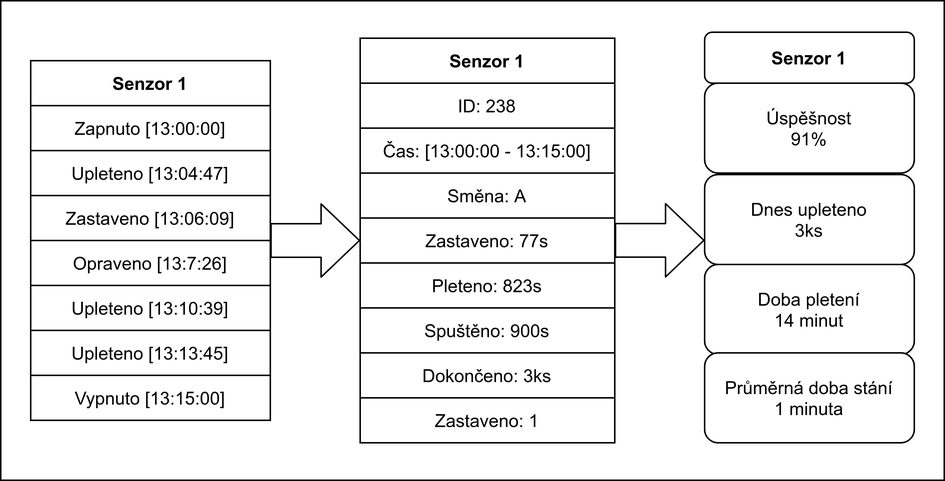
This is img/Princip.png from Pletacka-IoT/SOC-Integrace-do-prumyslu-4.0, a draw.io export, as it was before one commit. Source tidied: cells renumbered, new cells last; positions are measured from the earlier drawing's top-left corner, leaving out a move shared by most shapes. The source it was exported from:
```xml
<mxGraphModel>
  <root>
    <mxCell id="0" />
    <mxCell id="1" parent="0" />
    <mxCell id="2" style="rounded=0;whiteSpace=wrap;html=1;" parent="1" vertex="1">
      <mxGeometry width="630" height="320" as="geometry" />
    </mxCell>
    <mxCell id="3" value="Dnes upleteno&lt;br&gt;3ks" style="rounded=1;whiteSpace=wrap;html=1;" parent="1" vertex="1">
      <mxGeometry x="470" y="116" width="140" height="60" as="geometry" />
    </mxCell>
    <mxCell id="4" value="Doba pletení&lt;br&gt;14 minut" style="rounded=1;whiteSpace=wrap;html=1;" parent="1" vertex="1">
      <mxGeometry x="470" y="176" width="140" height="60" as="geometry" />
    </mxCell>
    <mxCell id="5" value="Průměrná doba stání&lt;br&gt;1 minuta" style="rounded=1;whiteSpace=wrap;html=1;" parent="1" vertex="1">
      <mxGeometry x="470" y="235" width="140" height="60" as="geometry" />
    </mxCell>
    <mxCell id="6" value="Úspěšnost&lt;br&gt;91%" style="rounded=1;whiteSpace=wrap;html=1;" parent="1" vertex="1">
      <mxGeometry x="470" y="55" width="140" height="60" as="geometry" />
    </mxCell>
    <mxCell id="7" style="shape=flexArrow;endArrow=classic;html=1;entryX=0;entryY=0.5;entryDx=0;entryDy=0;endWidth=25.44;endSize=8.2;width=22.4;" parent="1" edge="1" target="16">
      <mxGeometry relative="1" as="geometry">
        <mxPoint x="180" y="160" as="sourcePoint" />
      </mxGeometry>
    </mxCell>
    <mxCell id="8" value="&lt;span style=&quot;font-weight: 700&quot;&gt;Senzor 1&lt;/span&gt;" style="rounded=1;whiteSpace=wrap;html=1;" parent="1" vertex="1">
      <mxGeometry x="470" y="21" width="140" height="34" as="geometry" />
    </mxCell>
    <mxCell id="9" value="Senzor 1" style="shape=table;html=1;whiteSpace=wrap;startSize=30;fontStyle=1;align=center;" parent="1" vertex="1">
      <mxGeometry x="240" y="25" width="170" height="270" as="geometry" />
    </mxCell>
    <mxCell id="10" style="shape=partialRectangle;html=1;whiteSpace=wrap;fillColor=none;top=0;left=0;bottom=0;right=0;" parent="9" vertex="1">
      <mxGeometry y="30" width="170" height="30" as="geometry" />
    </mxCell>
    <mxCell id="11" value="ID: 238" style="shape=partialRectangle;html=1;whiteSpace=wrap;fillColor=none;top=0;left=0;bottom=0;right=0;overflow=hidden;" parent="10" vertex="1">
      <mxGeometry width="170" height="30" as="geometry" />
    </mxCell>
    <mxCell id="12" style="shape=partialRectangle;html=1;whiteSpace=wrap;fillColor=none;top=0;left=0;bottom=0;right=0;" parent="9" vertex="1">
      <mxGeometry y="60" width="170" height="30" as="geometry" />
    </mxCell>
    <mxCell id="13" value="&lt;span&gt;Čas: [13:00:00 -&amp;nbsp;&lt;/span&gt;&lt;span&gt;13:15:00]&lt;/span&gt;" style="shape=partialRectangle;html=1;whiteSpace=wrap;fillColor=none;top=0;left=0;bottom=0;right=0;overflow=hidden;" parent="12" vertex="1">
      <mxGeometry width="170" height="30" as="geometry" />
    </mxCell>
    <mxCell id="14" style="shape=partialRectangle;html=1;whiteSpace=wrap;fillColor=none;top=0;left=0;bottom=0;right=0;" parent="9" vertex="1">
      <mxGeometry y="90" width="170" height="30" as="geometry" />
    </mxCell>
    <mxCell id="15" value="Směna: A" style="shape=partialRectangle;html=1;whiteSpace=wrap;fillColor=none;top=0;left=0;bottom=0;right=0;overflow=hidden;" parent="14" vertex="1">
      <mxGeometry width="170" height="30" as="geometry" />
    </mxCell>
    <mxCell id="16" style="shape=partialRectangle;html=1;whiteSpace=wrap;fillColor=none;top=0;left=0;bottom=0;right=0;points=[[0,0.5],[1,0.5]];portConstraint=eastwest;" parent="9" vertex="1">
      <mxGeometry y="120" width="170" height="30" as="geometry" />
    </mxCell>
    <mxCell id="17" value="Zastaveno: 77s" style="shape=partialRectangle;html=1;whiteSpace=wrap;fillColor=none;top=0;left=0;bottom=0;right=0;overflow=hidden;" parent="16" vertex="1">
      <mxGeometry width="170" height="30" as="geometry" />
    </mxCell>
    <mxCell id="18" style="shape=partialRectangle;html=1;whiteSpace=wrap;fillColor=none;top=0;left=0;bottom=0;right=0;" parent="9" vertex="1">
      <mxGeometry y="150" width="170" height="30" as="geometry" />
    </mxCell>
    <mxCell id="19" value="Pleteno: 823s" style="shape=partialRectangle;html=1;whiteSpace=wrap;fillColor=none;top=0;left=0;bottom=0;right=0;overflow=hidden;" parent="18" vertex="1">
      <mxGeometry width="170" height="30" as="geometry" />
    </mxCell>
    <mxCell id="20" style="shape=partialRectangle;html=1;whiteSpace=wrap;fillColor=none;top=0;left=0;bottom=0;right=0;" parent="9" vertex="1">
      <mxGeometry y="180" width="170" height="30" as="geometry" />
    </mxCell>
    <mxCell id="21" value="Spuštěno: 900s" style="shape=partialRectangle;html=1;whiteSpace=wrap;fillColor=none;top=0;left=0;bottom=0;right=0;overflow=hidden;" parent="20" vertex="1">
      <mxGeometry width="170" height="30" as="geometry" />
    </mxCell>
    <mxCell id="22" style="shape=partialRectangle;html=1;whiteSpace=wrap;fillColor=none;top=0;left=0;bottom=0;right=0;" parent="9" vertex="1">
      <mxGeometry y="210" width="170" height="30" as="geometry" />
    </mxCell>
    <mxCell id="23" value="Dokončeno: 3ks" style="shape=partialRectangle;html=1;whiteSpace=wrap;fillColor=none;top=0;left=0;bottom=0;right=0;overflow=hidden;" parent="22" vertex="1">
      <mxGeometry width="170" height="30" as="geometry" />
    </mxCell>
    <mxCell id="24" style="shape=partialRectangle;html=1;whiteSpace=wrap;fillColor=none;top=0;left=0;bottom=0;right=0;" parent="9" vertex="1">
      <mxGeometry y="240" width="170" height="30" as="geometry" />
    </mxCell>
    <mxCell id="25" value="Zastaveno: 1" style="shape=partialRectangle;html=1;whiteSpace=wrap;fillColor=none;top=0;left=0;bottom=0;right=0;overflow=hidden;" parent="24" vertex="1">
      <mxGeometry width="170" height="30" as="geometry" />
    </mxCell>
    <mxCell id="26" value="Senzor 1" style="shape=table;html=1;whiteSpace=wrap;startSize=30;fontStyle=1;align=center;" parent="1" vertex="1">
      <mxGeometry x="20" y="40" width="160" height="240" as="geometry" />
    </mxCell>
    <mxCell id="27" style="shape=partialRectangle;html=1;whiteSpace=wrap;fillColor=none;top=0;left=0;bottom=0;right=0;" parent="26" vertex="1">
      <mxGeometry y="30" width="160" height="30" as="geometry" />
    </mxCell>
    <mxCell id="28" value="Zapnuto [13:00:00]" style="shape=partialRectangle;html=1;whiteSpace=wrap;fillColor=none;top=0;left=0;bottom=0;right=0;overflow=hidden;" parent="27" vertex="1">
      <mxGeometry width="160" height="30" as="geometry" />
    </mxCell>
    <mxCell id="29" style="shape=partialRectangle;html=1;whiteSpace=wrap;fillColor=none;top=0;left=0;bottom=0;right=0;" parent="26" vertex="1">
      <mxGeometry y="60" width="160" height="30" as="geometry" />
    </mxCell>
    <mxCell id="30" value="Upleteno [13:04:47]" style="shape=partialRectangle;html=1;whiteSpace=wrap;fillColor=none;top=0;left=0;bottom=0;right=0;overflow=hidden;" parent="29" vertex="1">
      <mxGeometry width="160" height="30" as="geometry" />
    </mxCell>
    <mxCell id="31" style="shape=partialRectangle;html=1;whiteSpace=wrap;fillColor=none;top=0;left=0;bottom=0;right=0;" parent="26" vertex="1">
      <mxGeometry y="90" width="160" height="30" as="geometry" />
    </mxCell>
    <mxCell id="32" value="Zastaveno [13:06:09]" style="shape=partialRectangle;html=1;whiteSpace=wrap;fillColor=none;top=0;left=0;bottom=0;right=0;overflow=hidden;" parent="31" vertex="1">
      <mxGeometry width="160" height="30" as="geometry" />
    </mxCell>
    <mxCell id="33" style="shape=partialRectangle;html=1;whiteSpace=wrap;fillColor=none;top=0;left=0;bottom=0;right=0;" parent="26" vertex="1">
      <mxGeometry y="120" width="160" height="30" as="geometry" />
    </mxCell>
    <mxCell id="34" value="Opraveno [13:7:26]" style="shape=partialRectangle;html=1;whiteSpace=wrap;fillColor=none;top=0;left=0;bottom=0;right=0;overflow=hidden;" parent="33" vertex="1">
      <mxGeometry width="160" height="30" as="geometry" />
    </mxCell>
    <mxCell id="35" style="shape=partialRectangle;html=1;whiteSpace=wrap;fillColor=none;top=0;left=0;bottom=0;right=0;" parent="26" vertex="1">
      <mxGeometry y="150" width="160" height="30" as="geometry" />
    </mxCell>
    <mxCell id="36" value="&lt;span&gt;Upleteno [13:10:39]&lt;/span&gt;" style="shape=partialRectangle;html=1;whiteSpace=wrap;fillColor=none;top=0;left=0;bottom=0;right=0;overflow=hidden;" parent="35" vertex="1">
      <mxGeometry width="160" height="30" as="geometry" />
    </mxCell>
    <mxCell id="37" style="shape=partialRectangle;html=1;whiteSpace=wrap;fillColor=none;top=0;left=0;bottom=0;right=0;" parent="26" vertex="1">
      <mxGeometry y="180" width="160" height="30" as="geometry" />
    </mxCell>
    <mxCell id="38" value="&lt;span&gt;Upleteno [13:13:45]&lt;/span&gt;" style="shape=partialRectangle;html=1;whiteSpace=wrap;fillColor=none;top=0;left=0;bottom=0;right=0;overflow=hidden;" parent="37" vertex="1">
      <mxGeometry width="160" height="30" as="geometry" />
    </mxCell>
    <mxCell id="39" style="shape=partialRectangle;html=1;whiteSpace=wrap;fillColor=none;top=0;left=0;bottom=0;right=0;" parent="26" vertex="1">
      <mxGeometry y="210" width="160" height="30" as="geometry" />
    </mxCell>
    <mxCell id="40" value="Vypnuto [13:15:00]" style="shape=partialRectangle;html=1;whiteSpace=wrap;fillColor=none;top=0;left=0;bottom=0;right=0;overflow=hidden;" parent="39" vertex="1">
      <mxGeometry width="160" height="30" as="geometry" />
    </mxCell>
    <mxCell id="41" style="shape=flexArrow;endArrow=classic;html=1;entryX=0;entryY=0.5;entryDx=0;entryDy=0;endWidth=25.44;endSize=8.2;width=22.4;" parent="1" edge="1">
      <mxGeometry relative="1" as="geometry">
        <mxPoint x="410" y="159.9" as="sourcePoint" />
        <mxPoint x="470" y="159.9" as="targetPoint" />
      </mxGeometry>
    </mxCell>
  </root>
</mxGraphModel>
```
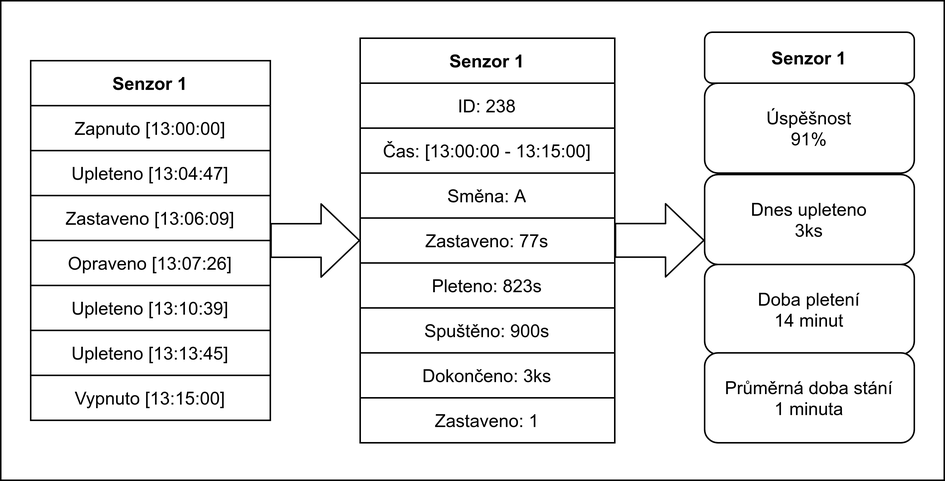
Above is the later version.

What changed in the source:
```diff
@@ -100,7 +100,7 @@
     <mxCell id="33" style="shape=partialRectangle;html=1;whiteSpace=wrap;fillColor=none;top=0;left=0;bottom=0;right=0;" parent="26" vertex="1">
       <mxGeometry y="120" width="160" height="30" as="geometry" />
     </mxCell>
-    <mxCell id="34" value="Opraveno [13:7:26]" style="shape=partialRectangle;html=1;whiteSpace=wrap;fillColor=none;top=0;left=0;bottom=0;right=0;overflow=hidden;" parent="33" vertex="1">
+    <mxCell id="34" value="Opraveno [13:07:26]" style="shape=partialRectangle;html=1;whiteSpace=wrap;fillColor=none;top=0;left=0;bottom=0;right=0;overflow=hidden;" parent="33" vertex="1">
       <mxGeometry width="160" height="30" as="geometry" />
     </mxCell>
     <mxCell id="35" style="shape=partialRectangle;html=1;whiteSpace=wrap;fillColor=none;top=0;left=0;bottom=0;right=0;" parent="26" vertex="1">
```
